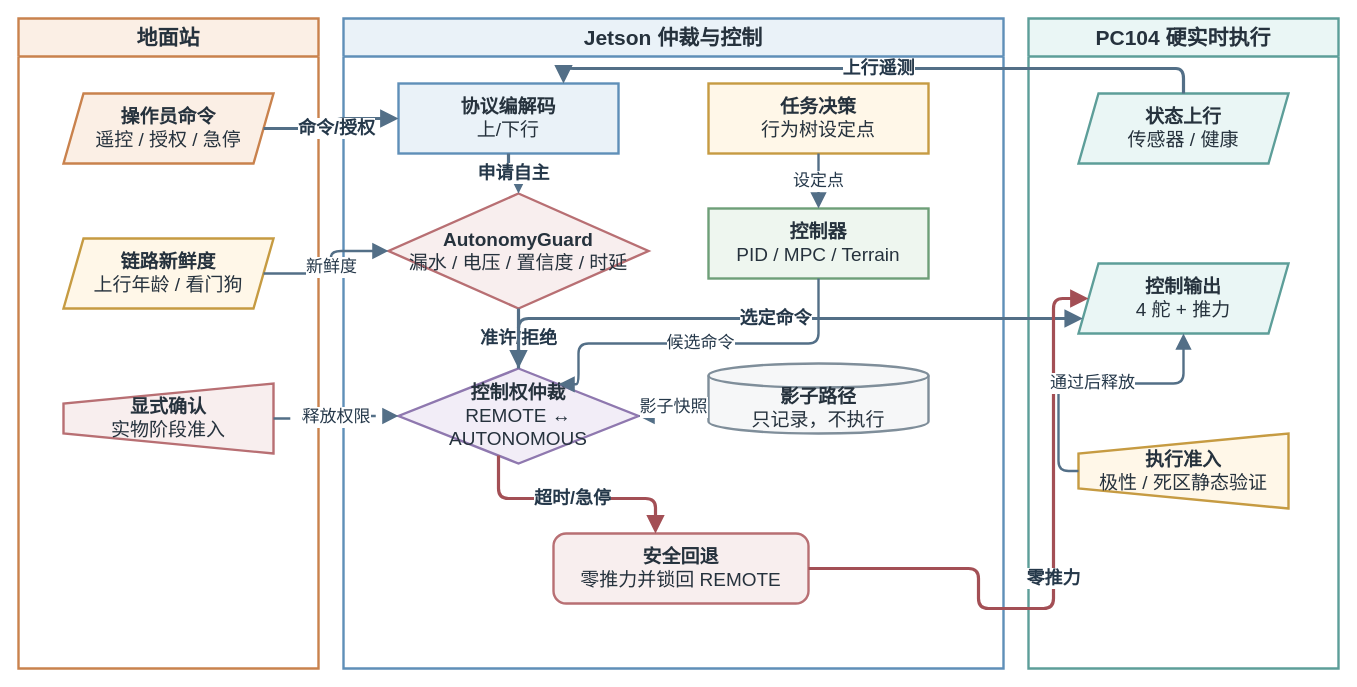
This is docs/internals/figures/architecture/auv_safety_arbiter_deployment.drawio from 360ZMEM/AUV-Master-Project, a draw.io file, before an edit. Source tidied: cells renumbered, new cells numbered last; positions are measured from the earlier drawing's top-left corner, leaving out a move shared by most shapes. Both pictures are drawn from the tidied source at 100%, with x=0, y=0 at pixel (18, 18).
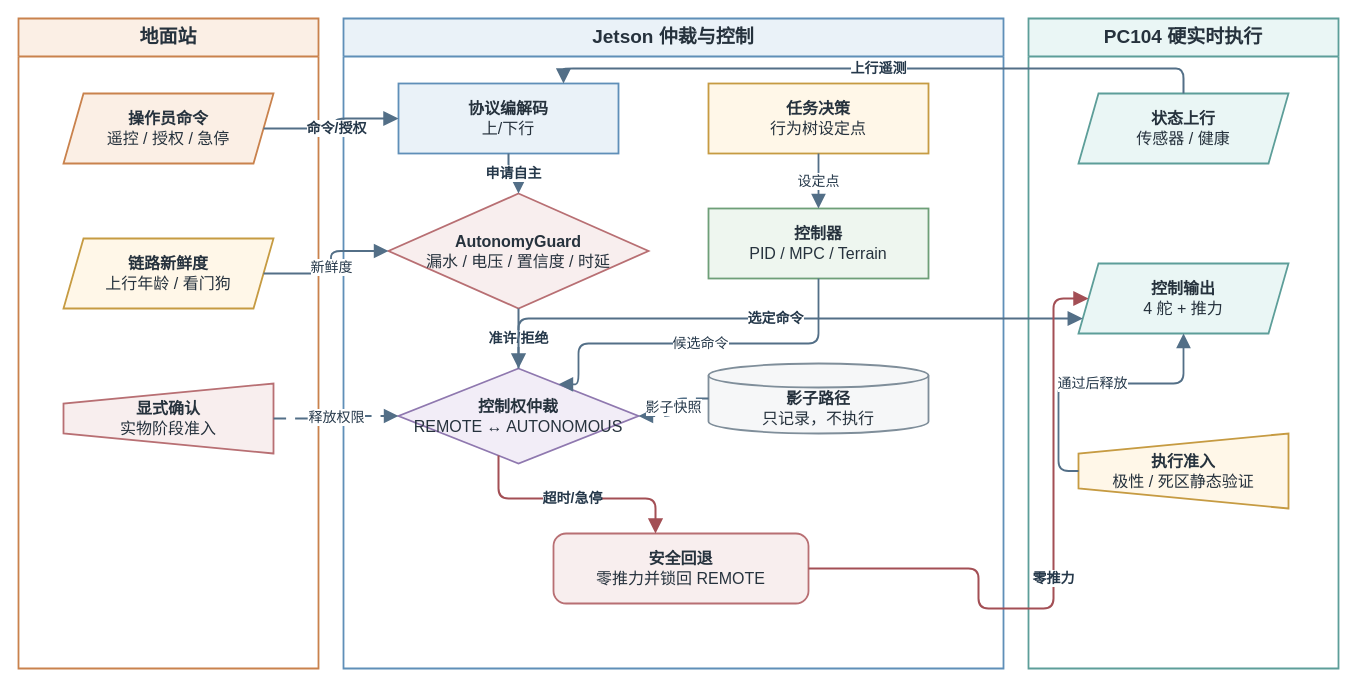
The same diagram, later.

What changed in the source:
```diff
@@
-    <mxCell id="2" value="地面站" style="swimlane;whiteSpace=wrap;html=1;startSize=38;rounded=0;fillColor=#FBEFE5;strokeColor=#C9824D;strokeWidth=2.4;fontFamily=Songti SC;fontSize=21;fontStyle=1;fontColor=#26323D;" parent="1" vertex="1">
+    <mxCell id="2" value="地面站" style="swimlane;whiteSpace=wrap;html=1;startSize=38;rounded=0;fillColor=#FBEFE5;strokeColor=#C9824D;strokeWidth=1.8;fontFamily=Songti SC;fontSize=19;fontStyle=1;fontColor=#26323D;" parent="1" vertex="1">
       <mxGeometry width="300" height="650" as="geometry" />
     </mxCell>
-    <mxCell id="3" value="Jetson 仲裁与控制" style="swimlane;whiteSpace=wrap;html=1;startSize=38;rounded=0;fillColor=#EAF2F8;strokeColor=#5F8FB8;strokeWidth=2.4;fontFamily=Songti SC;fontSize=21;fontStyle=1;fontColor=#26323D;" parent="1" vertex="1">
+    <mxCell id="3" value="Jetson 仲裁与控制" style="swimlane;whiteSpace=wrap;html=1;startSize=38;rounded=0;fillColor=#EAF2F8;strokeColor=#5F8FB8;strokeWidth=1.8;fontFamily=Songti SC;fontSize=19;fontStyle=1;fontColor=#26323D;" parent="1" vertex="1">
       <mxGeometry x="325" width="660" height="650" as="geometry" />
     </mxCell>
-    <mxCell id="4" value="PC104 硬实时执行" style="swimlane;whiteSpace=wrap;html=1;startSize=38;rounded=0;fillColor=#EAF6F5;strokeColor=#5D9E99;strokeWidth=2.4;fontFamily=Songti SC;fontSize=21;fontStyle=1;fontColor=#26323D;" parent="1" vertex="1">
+    <mxCell id="4" value="PC104 硬实时执行" style="swimlane;whiteSpace=wrap;html=1;startSize=38;rounded=0;fillColor=#EAF6F5;strokeColor=#5D9E99;strokeWidth=1.8;fontFamily=Songti SC;fontSize=19;fontStyle=1;fontColor=#26323D;" parent="1" vertex="1">
       <mxGeometry x="1010" width="310" height="650" as="geometry" />
     </mxCell>
-    <mxCell id="5" value="&lt;b&gt;操作员命令&lt;/b&gt;&lt;br&gt;遥控 / 授权 / 急停" style="shape=parallelogram;perimeter=parallelogramPerimeter;fixedSize=1;whiteSpace=wrap;html=1;align=center;verticalAlign=middle;fillColor=#FBEFE5;strokeColor=#C9824D;strokeWidth=2.4;spacing=8;fontFamily=Songti SC;fontSize=19;fontColor=#26323D;" parent="2" vertex="1">
+    <mxCell id="5" value="&lt;b&gt;操作员命令&lt;/b&gt;&lt;br&gt;遥控 / 授权 / 急停" style="shape=parallelogram;perimeter=parallelogramPerimeter;fixedSize=1;whiteSpace=wrap;html=1;align=center;verticalAlign=middle;fillColor=#FBEFE5;strokeColor=#C9824D;strokeWidth=1.8;spacing=8;fontFamily=Songti SC;fontSize=16;fontColor=#26323D;" parent="2" vertex="1">
       <mxGeometry x="45" y="75" width="210" height="70" as="geometry" />
     </mxCell>
-    <mxCell id="6" value="&lt;b&gt;链路新鲜度&lt;/b&gt;&lt;br&gt;上行年龄 / 看门狗" style="shape=parallelogram;perimeter=parallelogramPerimeter;fixedSize=1;whiteSpace=wrap;html=1;align=center;verticalAlign=middle;fillColor=#FFF7E8;strokeColor=#C69B42;strokeWidth=2.4;spacing=8;fontFamily=Songti SC;fontSize=19;fontColor=#26323D;" parent="2" vertex="1">
+    <mxCell id="6" value="&lt;b&gt;链路新鲜度&lt;/b&gt;&lt;br&gt;上行年龄 / 看门狗" style="shape=parallelogram;perimeter=parallelogramPerimeter;fixedSize=1;whiteSpace=wrap;html=1;align=center;verticalAlign=middle;fillColor=#FFF7E8;strokeColor=#C69B42;strokeWidth=1.8;spacing=8;fontFamily=Songti SC;fontSize=16;fontColor=#26323D;" parent="2" vertex="1">
       <mxGeometry x="45" y="220" width="210" height="70" as="geometry" />
     </mxCell>
-    <mxCell id="7" value="&lt;b&gt;显式确认&lt;/b&gt;&lt;br&gt;实物阶段准入" style="shape=trapezoid;perimeter=trapezoidPerimeter;fixedSize=1;direction=north;whiteSpace=wrap;html=1;align=center;verticalAlign=middle;fillColor=#F8EEEE;strokeColor=#B86F73;strokeWidth=2.4;spacing=8;fontFamily=Songti SC;fontSize=19;fontColor=#26323D;" parent="2" vertex="1">
+    <mxCell id="7" value="&lt;b&gt;显式确认&lt;/b&gt;&lt;br&gt;实物阶段准入" style="shape=trapezoid;perimeter=trapezoidPerimeter;fixedSize=1;direction=north;whiteSpace=wrap;html=1;align=center;verticalAlign=middle;fillColor=#F8EEEE;strokeColor=#B86F73;strokeWidth=1.8;spacing=8;fontFamily=Songti SC;fontSize=16;fontColor=#26323D;" parent="2" vertex="1">
       <mxGeometry x="45" y="365" width="210" height="70" as="geometry" />
     </mxCell>
-    <mxCell id="8" value="&lt;b&gt;协议编解码&lt;/b&gt;&lt;br&gt;上/下行" style="rounded=0;whiteSpace=wrap;html=1;align=center;verticalAlign=middle;fillColor=#EAF2F8;strokeColor=#5F8FB8;strokeWidth=2.4;spacing=8;fontFamily=Songti SC;fontSize=19;fontColor=#26323D;" parent="3" vertex="1">
+    <mxCell id="8" value="&lt;b&gt;协议编解码&lt;/b&gt;&lt;br&gt;上/下行" style="rounded=0;whiteSpace=wrap;html=1;align=center;verticalAlign=middle;fillColor=#EAF2F8;strokeColor=#5F8FB8;strokeWidth=1.8;spacing=8;fontFamily=Songti SC;fontSize=16;fontColor=#26323D;" parent="3" vertex="1">
       <mxGeometry x="55" y="65" width="220" height="70" as="geometry" />
     </mxCell>
-    <mxCell id="9" value="&lt;b&gt;AutonomyGuard&lt;/b&gt;&lt;br&gt;漏水 / 电压 / 置信度 / 时延" style="rhombus;whiteSpace=wrap;html=1;align=center;verticalAlign=middle;fillColor=#F8EEEE;strokeColor=#B86F73;strokeWidth=2.4;spacing=8;fontFamily=Songti SC;fontSize=19;fontColor=#26323D;" parent="3" vertex="1">
+    <mxCell id="9" value="&lt;b&gt;AutonomyGuard&lt;/b&gt;&lt;br&gt;漏水 / 电压 / 置信度 / 时延" style="rhombus;whiteSpace=wrap;html=1;align=center;verticalAlign=middle;fillColor=#F8EEEE;strokeColor=#B86F73;strokeWidth=1.8;spacing=8;fontFamily=Songti SC;fontSize=16;fontColor=#26323D;" parent="3" vertex="1">
       <mxGeometry x="45" y="175" width="260" height="115" as="geometry" />
     </mxCell>
-    <mxCell id="10" value="&lt;b&gt;控制权仲裁&lt;/b&gt;&lt;br&gt;REMOTE ↔ AUTONOMOUS" style="rhombus;whiteSpace=wrap;html=1;align=center;verticalAlign=middle;fillColor=#F2EDF7;strokeColor=#8F78AF;strokeWidth=2.4;spacing=8;fontFamily=Songti SC;fontSize=19;fontColor=#26323D;" parent="3" vertex="1">
+    <mxCell id="10" value="&lt;b&gt;控制权仲裁&lt;/b&gt;&lt;br&gt;REMOTE ↔ AUTONOMOUS" style="rhombus;whiteSpace=wrap;html=1;align=center;verticalAlign=middle;fillColor=#F2EDF7;strokeColor=#8F78AF;strokeWidth=1.8;spacing=8;fontFamily=Songti SC;fontSize=16;fontColor=#26323D;" parent="3" vertex="1">
       <mxGeometry x="55" y="350" width="240" height="95" as="geometry" />
     </mxCell>
-    <mxCell id="11" value="&lt;b&gt;任务决策&lt;/b&gt;&lt;br&gt;行为树设定点" style="rounded=0;whiteSpace=wrap;html=1;align=center;verticalAlign=middle;fillColor=#FFF7E8;strokeColor=#C69B42;strokeWidth=2.4;spacing=8;fontFamily=Songti SC;fontSize=19;fontColor=#26323D;" parent="3" vertex="1">
+    <mxCell id="11" value="&lt;b&gt;任务决策&lt;/b&gt;&lt;br&gt;行为树设定点" style="rounded=0;whiteSpace=wrap;html=1;align=center;verticalAlign=middle;fillColor=#FFF7E8;strokeColor=#C69B42;strokeWidth=1.8;spacing=8;fontFamily=Songti SC;fontSize=16;fontColor=#26323D;" parent="3" vertex="1">
       <mxGeometry x="365" y="65" width="220" height="70" as="geometry" />
     </mxCell>
-    <mxCell id="12" value="&lt;b&gt;控制器&lt;/b&gt;&lt;br&gt;PID / MPC / Terrain" style="rounded=0;whiteSpace=wrap;html=1;align=center;verticalAlign=middle;fillColor=#EEF6EF;strokeColor=#6E9F78;strokeWidth=2.4;spacing=8;fontFamily=Songti SC;fontSize=19;fontColor=#26323D;" parent="3" vertex="1">
+    <mxCell id="12" value="&lt;b&gt;控制器&lt;/b&gt;&lt;br&gt;PID / MPC / Terrain" style="rounded=0;whiteSpace=wrap;html=1;align=center;verticalAlign=middle;fillColor=#EEF6EF;strokeColor=#6E9F78;strokeWidth=1.8;spacing=8;fontFamily=Songti SC;fontSize=16;fontColor=#26323D;" parent="3" vertex="1">
       <mxGeometry x="365" y="190" width="220" height="70" as="geometry" />
     </mxCell>
-    <mxCell id="13" value="&lt;b&gt;影子路径&lt;/b&gt;&lt;br&gt;只记录，不执行" style="shape=cylinder3;boundedLbl=1;backgroundOutline=1;size=12;whiteSpace=wrap;html=1;align=center;verticalAlign=middle;fillColor=#F6F7F8;strokeColor=#7F8E9A;strokeWidth=2.4;spacing=8;fontFamily=Songti SC;fontSize=19;fontColor=#26323D;" parent="3" vertex="1">
+    <mxCell id="13" value="&lt;b&gt;影子路径&lt;/b&gt;&lt;br&gt;只记录，不执行" style="shape=cylinder3;boundedLbl=1;backgroundOutline=1;size=12;whiteSpace=wrap;html=1;align=center;verticalAlign=middle;fillColor=#F6F7F8;strokeColor=#7F8E9A;strokeWidth=1.8;spacing=8;fontFamily=Songti SC;fontSize=16;fontColor=#26323D;" parent="3" vertex="1">
       <mxGeometry x="365" y="345" width="220" height="70" as="geometry" />
     </mxCell>
-    <mxCell id="14" value="&lt;b&gt;安全回退&lt;/b&gt;&lt;br&gt;零推力并锁回 REMOTE" style="rounded=1;arcSize=18;whiteSpace=wrap;html=1;align=center;verticalAlign=middle;fillColor=#F8EEEE;strokeColor=#B86F73;strokeWidth=2.4;spacing=8;fontFamily=Songti SC;fontSize=19;fontColor=#26323D;" parent="3" vertex="1">
+    <mxCell id="14" value="&lt;b&gt;安全回退&lt;/b&gt;&lt;br&gt;零推力并锁回 REMOTE" style="rounded=1;arcSize=18;whiteSpace=wrap;html=1;align=center;verticalAlign=middle;fillColor=#F8EEEE;strokeColor=#B86F73;strokeWidth=1.8;spacing=8;fontFamily=Songti SC;fontSize=16;fontColor=#26323D;" parent="3" vertex="1">
       <mxGeometry x="210" y="515" width="255" height="70" as="geometry" />
     </mxCell>
-    <mxCell id="15" value="&lt;b&gt;状态上行&lt;/b&gt;&lt;br&gt;传感器 / 健康" style="shape=parallelogram;perimeter=parallelogramPerimeter;fixedSize=1;whiteSpace=wrap;html=1;align=center;verticalAlign=middle;fillColor=#EAF6F5;strokeColor=#5D9E99;strokeWidth=2.4;spacing=8;fontFamily=Songti SC;fontSize=19;fontColor=#26323D;" parent="4" vertex="1">
+    <mxCell id="15" value="&lt;b&gt;状态上行&lt;/b&gt;&lt;br&gt;传感器 / 健康" style="shape=parallelogram;perimeter=parallelogramPerimeter;fixedSize=1;whiteSpace=wrap;html=1;align=center;verticalAlign=middle;fillColor=#EAF6F5;strokeColor=#5D9E99;strokeWidth=1.8;spacing=8;fontFamily=Songti SC;fontSize=16;fontColor=#26323D;" parent="4" vertex="1">
       <mxGeometry x="50" y="75" width="210" height="70" as="geometry" />
     </mxCell>
-    <mxCell id="16" value="&lt;b&gt;控制输出&lt;/b&gt;&lt;br&gt;4 舵 + 推力" style="shape=parallelogram;perimeter=parallelogramPerimeter;fixedSize=1;whiteSpace=wrap;html=1;align=center;verticalAlign=middle;fillColor=#EAF6F5;strokeColor=#5D9E99;strokeWidth=2.4;spacing=8;fontFamily=Songti SC;fontSize=19;fontColor=#26323D;" parent="4" vertex="1">
+    <mxCell id="16" value="&lt;b&gt;控制输出&lt;/b&gt;&lt;br&gt;4 舵 + 推力" style="shape=parallelogram;perimeter=parallelogramPerimeter;fixedSize=1;whiteSpace=wrap;html=1;align=center;verticalAlign=middle;fillColor=#EAF6F5;strokeColor=#5D9E99;strokeWidth=1.8;spacing=8;fontFamily=Songti SC;fontSize=16;fontColor=#26323D;" parent="4" vertex="1">
       <mxGeometry x="50" y="245" width="210" height="70" as="geometry" />
     </mxCell>
-    <mxCell id="17" value="&lt;b&gt;执行准入&lt;/b&gt;&lt;br&gt;极性 / 死区静态验证" style="shape=trapezoid;perimeter=trapezoidPerimeter;fixedSize=1;direction=north;whiteSpace=wrap;html=1;align=center;verticalAlign=middle;fillColor=#FFF7E8;strokeColor=#C69B42;strokeWidth=2.4;spacing=8;fontFamily=Songti SC;fontSize=19;fontColor=#26323D;" parent="4" vertex="1">
+    <mxCell id="17" value="&lt;b&gt;执行准入&lt;/b&gt;&lt;br&gt;极性 / 死区静态验证" style="shape=trapezoid;perimeter=trapezoidPerimeter;fixedSize=1;direction=north;whiteSpace=wrap;html=1;align=center;verticalAlign=middle;fillColor=#FFF7E8;strokeColor=#C69B42;strokeWidth=1.8;spacing=8;fontFamily=Songti SC;fontSize=16;fontColor=#26323D;" parent="4" vertex="1">
       <mxGeometry x="50" y="415" width="210" height="75" as="geometry" />
     </mxCell>
-    <mxCell id="18" value="命令/授权" style="edgeStyle=orthogonalEdgeStyle;rounded=1;jettySize=auto;html=1;strokeColor=#536F87;strokeWidth=3.2;fontFamily=Songti SC;fontSize=18;fontStyle=1;fontColor=#25384A;labelBackgroundColor=#FFFFFF;labelBorderColor=none;endArrow=block;endFill=1;endSize=10;exitX=1;entryX=0;" parent="1" edge="1" source="5" target="8">
+    <mxCell id="18" value="命令/授权" style="edgeStyle=orthogonalEdgeStyle;rounded=1;jettySize=auto;html=1;strokeColor=#536F87;strokeWidth=2.0;fontFamily=Songti SC;fontSize=14;fontStyle=1;fontColor=#25384A;labelBackgroundColor=#FFFFFF;labelBorderColor=none;endArrow=block;endFill=1;endSize=10;exitX=1;entryX=0;" parent="1" edge="1" source="5" target="8">
       <mxGeometry relative="1" as="geometry" />
     </mxCell>
-    <mxCell id="19" value="新鲜度" style="edgeStyle=orthogonalEdgeStyle;rounded=1;jettySize=auto;html=1;strokeColor=#536F87;strokeWidth=2.4;fontFamily=Songti SC;fontSize=17;fontColor=#25384A;labelBackgroundColor=#FFFFFF;labelBorderColor=none;endArrow=block;endFill=1;endSize=10;exitX=1;entryX=0;" parent="1" edge="1" source="6" target="9">
+    <mxCell id="19" value="新鲜度" style="edgeStyle=orthogonalEdgeStyle;rounded=1;jettySize=auto;html=1;strokeColor=#536F87;strokeWidth=1.8;fontFamily=Songti SC;fontSize=14;fontColor=#25384A;labelBackgroundColor=#FFFFFF;labelBorderColor=none;endArrow=block;endFill=1;endSize=10;exitX=1;entryX=0;" parent="1" edge="1" source="6" target="9">
       <mxGeometry relative="1" as="geometry" />
     </mxCell>
-    <mxCell id="20" value="释放权限" style="edgeStyle=orthogonalEdgeStyle;rounded=1;jettySize=auto;html=1;strokeColor=#536F87;strokeWidth=2.4;fontFamily=Songti SC;fontSize=17;fontColor=#25384A;labelBackgroundColor=#FFFFFF;labelBorderColor=none;endArrow=block;endFill=1;endSize=10;dashed=1;dashPattern=7 5;exitX=1;entryX=0;" parent="1" edge="1" source="7" target="10">
+    <mxCell id="20" value="释放权限" style="edgeStyle=orthogonalEdgeStyle;rounded=1;jettySize=auto;html=1;strokeColor=#536F87;strokeWidth=1.8;fontFamily=Songti SC;fontSize=14;fontColor=#25384A;labelBackgroundColor=#FFFFFF;labelBorderColor=none;endArrow=block;endFill=1;endSize=10;dashed=1;dashPattern=7 5;exitX=1;entryX=0;" parent="1" edge="1" source="7" target="10">
       <mxGeometry relative="1" as="geometry" />
     </mxCell>
-    <mxCell id="21" value="上行遥测" style="edgeStyle=orthogonalEdgeStyle;rounded=1;jettySize=auto;html=1;strokeColor=#536F87;strokeWidth=3.2;fontFamily=Songti SC;fontSize=18;fontStyle=1;fontColor=#25384A;labelBackgroundColor=#FFFFFF;labelBorderColor=none;endArrow=block;endFill=1;endSize=10;exitX=0.5;exitY=0;entryX=0.75;entryY=0;" parent="1" edge="1" source="15" target="8">
+    <mxCell id="21" value="上行遥测" style="edgeStyle=orthogonalEdgeStyle;rounded=1;jettySize=auto;html=1;strokeColor=#536F87;strokeWidth=2.0;fontFamily=Songti SC;fontSize=14;fontStyle=1;fontColor=#25384A;labelBackgroundColor=#FFFFFF;labelBorderColor=none;endArrow=block;endFill=1;endSize=10;exitX=0.5;exitY=0;entryX=0.75;entryY=0;" parent="1" edge="1" source="15" target="8">
       <mxGeometry relative="1" as="geometry">
         <Array as="points">
           <mxPoint x="1150" y="50" />
           <mxPoint x="490" y="50" />
         </Array>
       </mxGeometry>
     </mxCell>
-    <mxCell id="22" value="申请自主" style="edgeStyle=orthogonalEdgeStyle;rounded=1;jettySize=auto;html=1;strokeColor=#536F87;strokeWidth=3.2;fontFamily=Songti SC;fontSize=18;fontStyle=1;fontColor=#25384A;labelBackgroundColor=#FFFFFF;labelBorderColor=none;endArrow=block;endFill=1;endSize=10;exitX=0.5;exitY=1;entryX=0.5;entryY=0;" parent="1" edge="1" source="8" target="9">
+    <mxCell id="22" value="申请自主" style="edgeStyle=orthogonalEdgeStyle;rounded=1;jettySize=auto;html=1;strokeColor=#536F87;strokeWidth=2.0;fontFamily=Songti SC;fontSize=14;fontStyle=1;fontColor=#25384A;labelBackgroundColor=#FFFFFF;labelBorderColor=none;endArrow=block;endFill=1;endSize=10;exitX=0.5;exitY=1;entryX=0.5;entryY=0;" parent="1" edge="1" source="8" target="9">
       <mxGeometry relative="1" as="geometry" />
     </mxCell>
-    <mxCell id="23" value="准许/拒绝" style="edgeStyle=orthogonalEdgeStyle;rounded=1;jettySize=auto;html=1;strokeColor=#536F87;strokeWidth=3.2;fontFamily=Songti SC;fontSize=18;fontStyle=1;fontColor=#25384A;labelBackgroundColor=#FFFFFF;labelBorderColor=none;endArrow=block;endFill=1;endSize=10;exitX=0.5;exitY=1;entryX=0.5;entryY=0;" parent="1" edge="1" source="9" target="10">
+    <mxCell id="23" value="准许/拒绝" style="edgeStyle=orthogonalEdgeStyle;rounded=1;jettySize=auto;html=1;strokeColor=#536F87;strokeWidth=2.0;fontFamily=Songti SC;fontSize=14;fontStyle=1;fontColor=#25384A;labelBackgroundColor=#FFFFFF;labelBorderColor=none;endArrow=block;endFill=1;endSize=10;exitX=0.5;exitY=1;entryX=0.5;entryY=0;" parent="1" edge="1" source="9" target="10">
       <mxGeometry relative="1" as="geometry" />
     </mxCell>
-    <mxCell id="24" value="设定点" style="edgeStyle=orthogonalEdgeStyle;rounded=1;jettySize=auto;html=1;strokeColor=#536F87;strokeWidth=2.4;fontFamily=Songti SC;fontSize=17;fontColor=#25384A;labelBackgroundColor=#FFFFFF;labelBorderColor=none;endArrow=block;endFill=1;endSize=10;exitX=0.5;exitY=1;entryX=0.5;entryY=0;" parent="1" edge="1" source="11" target="12">
+    <mxCell id="24" value="设定点" style="edgeStyle=orthogonalEdgeStyle;rounded=1;jettySize=auto;html=1;strokeColor=#536F87;strokeWidth=1.8;fontFamily=Songti SC;fontSize=14;fontColor=#25384A;labelBackgroundColor=#FFFFFF;labelBorderColor=none;endArrow=block;endFill=1;endSize=10;exitX=0.5;exitY=1;entryX=0.5;entryY=0;" parent="1" edge="1" source="11" target="12">
       <mxGeometry relative="1" as="geometry" />
     </mxCell>
-    <mxCell id="25" value="候选命令" style="edgeStyle=orthogonalEdgeStyle;rounded=1;jettySize=auto;html=1;strokeColor=#536F87;strokeWidth=2.4;fontFamily=Songti SC;fontSize=17;fontColor=#25384A;labelBackgroundColor=#FFFFFF;labelBorderColor=none;endArrow=block;endFill=1;endSize=10;exitX=0.5;exitY=1;entryX=0.75;entryY=0;" parent="1" edge="1" source="12" target="10">
+    <mxCell id="25" value="候选命令" style="edgeStyle=orthogonalEdgeStyle;rounded=1;jettySize=auto;html=1;strokeColor=#536F87;strokeWidth=1.8;fontFamily=Songti SC;fontSize=14;fontColor=#25384A;labelBackgroundColor=#FFFFFF;labelBorderColor=none;endArrow=block;endFill=1;endSize=10;exitX=0.5;exitY=1;entryX=0.75;entryY=0;" parent="1" edge="1" source="12" target="10">
       <mxGeometry relative="1" as="geometry">
         <Array as="points">
           <mxPoint x="800" y="325" />
           <mxPoint x="560" y="325" />
         </Array>
       </mxGeometry>
     </mxCell>
-    <mxCell id="26" value="选定命令" style="edgeStyle=orthogonalEdgeStyle;rounded=1;jettySize=auto;html=1;strokeColor=#536F87;strokeWidth=3.2;fontFamily=Songti SC;fontSize=18;fontStyle=1;fontColor=#25384A;labelBackgroundColor=#FFFFFF;labelBorderColor=none;endArrow=block;endFill=1;endSize=10;exitX=1;entryX=0;" parent="1" edge="1" source="10" target="16">
+    <mxCell id="26" value="选定命令" style="edgeStyle=orthogonalEdgeStyle;rounded=1;jettySize=auto;html=1;strokeColor=#536F87;strokeWidth=2.0;fontFamily=Songti SC;fontSize=14;fontStyle=1;fontColor=#25384A;labelBackgroundColor=#FFFFFF;labelBorderColor=none;endArrow=block;endFill=1;endSize=10;exitX=1;entryX=0;" parent="1" edge="1" source="10" target="16">
       <mxGeometry relative="1" as="geometry">
         <Array as="points">
           <mxPoint x="650" y="300" />
           <mxPoint x="1035" y="300" />
         </Array>
       </mxGeometry>
     </mxCell>
-    <mxCell id="27" value="超时/急停" style="edgeStyle=orthogonalEdgeStyle;rounded=1;jettySize=auto;html=1;strokeColor=#A34F55;strokeWidth=3.2;fontFamily=Songti SC;fontSize=18;fontStyle=1;fontColor=#25384A;labelBackgroundColor=#FFFFFF;labelBorderColor=none;endArrow=block;endFill=1;endSize=10;exitX=0.4;exitY=1;entryX=0.4;entryY=0;" parent="1" edge="1" source="10" target="14">
+    <mxCell id="27" value="超时/急停" style="edgeStyle=orthogonalEdgeStyle;rounded=1;jettySize=auto;html=1;strokeColor=#A34F55;strokeWidth=2.0;fontFamily=Songti SC;fontSize=14;fontStyle=1;fontColor=#25384A;labelBackgroundColor=#FFFFFF;labelBorderColor=none;endArrow=block;endFill=1;endSize=10;exitX=0.4;exitY=1;entryX=0.4;entryY=0;" parent="1" edge="1" source="10" target="14">
       <mxGeometry relative="1" as="geometry" />
     </mxCell>
-    <mxCell id="28" value="零推力" style="edgeStyle=orthogonalEdgeStyle;rounded=1;jettySize=auto;html=1;strokeColor=#A34F55;strokeWidth=3.2;fontFamily=Songti SC;fontSize=18;fontStyle=1;fontColor=#25384A;labelBackgroundColor=#FFFFFF;labelBorderColor=none;endArrow=block;endFill=1;endSize=10;exitX=1;entryX=0;entryY=0.5;" parent="1" edge="1" source="14" target="16">
+    <mxCell id="28" value="零推力" style="edgeStyle=orthogonalEdgeStyle;rounded=1;jettySize=auto;html=1;strokeColor=#A34F55;strokeWidth=2.0;fontFamily=Songti SC;fontSize=14;fontStyle=1;fontColor=#25384A;labelBackgroundColor=#FFFFFF;labelBorderColor=none;endArrow=block;endFill=1;endSize=10;exitX=1;entryX=0;entryY=0.5;" parent="1" edge="1" source="14" target="16">
       <mxGeometry relative="1" as="geometry">
         <Array as="points">
           <mxPoint x="960" y="590" />
           <mxPoint x="1035" y="590" />
           <mxPoint x="1035" y="280" />
         </Array>
       </mxGeometry>
     </mxCell>
-    <mxCell id="29" value="影子快照" style="edgeStyle=orthogonalEdgeStyle;rounded=1;jettySize=auto;html=1;strokeColor=#536F87;strokeWidth=2.4;fontFamily=Songti SC;fontSize=17;fontColor=#25384A;labelBackgroundColor=#FFFFFF;labelBorderColor=none;endArrow=block;endFill=1;endSize=10;dashed=1;dashPattern=7 5;exitX=0;entryX=1;" parent="1" edge="1" source="13" target="10">
+    <mxCell id="29" value="影子快照" style="edgeStyle=orthogonalEdgeStyle;rounded=1;jettySize=auto;html=1;strokeColor=#536F87;strokeWidth=1.8;fontFamily=Songti SC;fontSize=14;fontColor=#25384A;labelBackgroundColor=#FFFFFF;labelBorderColor=none;endArrow=block;endFill=1;endSize=10;dashed=1;dashPattern=7 5;exitX=0;entryX=1;" parent="1" edge="1" source="13" target="10">
       <mxGeometry relative="1" as="geometry" />
     </mxCell>
-    <mxCell id="30" value="通过后释放" style="edgeStyle=orthogonalEdgeStyle;rounded=1;jettySize=auto;html=1;strokeColor=#536F87;strokeWidth=2.4;fontFamily=Songti SC;fontSize=17;fontColor=#25384A;labelBackgroundColor=#FFFFFF;labelBorderColor=none;endArrow=block;endFill=1;endSize=10;exitX=0.5;exitY=0;entryX=0.5;entryY=1;" parent="1" edge="1" source="17" target="16">
+    <mxCell id="30" value="通过后释放" style="edgeStyle=orthogonalEdgeStyle;rounded=1;jettySize=auto;html=1;strokeColor=#536F87;strokeWidth=1.8;fontFamily=Songti SC;fontSize=14;fontColor=#25384A;labelBackgroundColor=#FFFFFF;labelBorderColor=none;endArrow=block;endFill=1;endSize=10;exitX=0.5;exitY=0;entryX=0.5;entryY=1;" parent="1" edge="1" source="17" target="16">
       <mxGeometry relative="1" as="geometry" />
     </mxCell>
```
